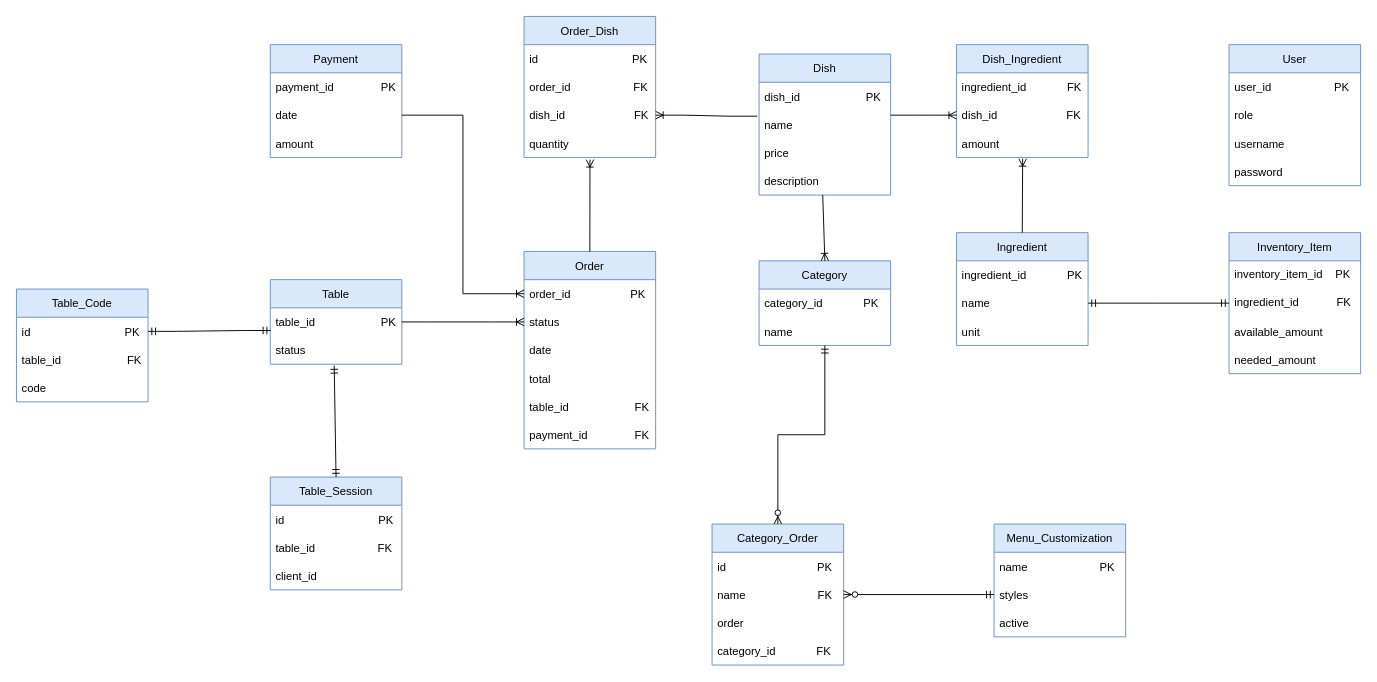
The draw.io diagram diagrams/ERD.drawio in jadhamwi31/quickq, before the edit. Source tidied: cells renumbered, new cells numbered last; positions are measured from the earlier drawing's top-left corner, leaving out a move shared by most shapes. Both pictures are drawn from the tidied source at 94%, with x=0, y=0 at pixel (16, 16).
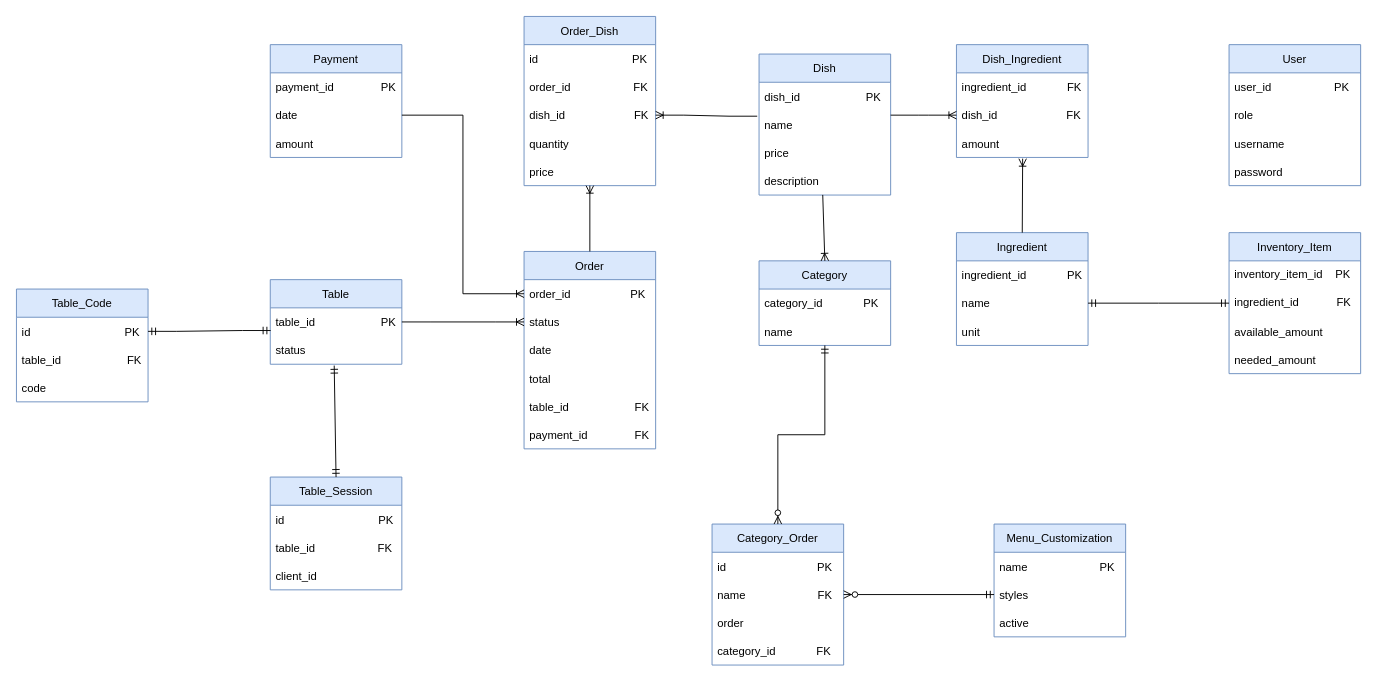
The same diagram, later.

The change refers to these unchanged cells:
```xml
<mxCell id="2" value="Order" style="swimlane;fontStyle=0;horizontal=1;startSize=30;fillColor=#dae8fc;strokeColor=#6c8ebf;" parent="1" vertex="1">
  <mxGeometry x="540" y="250" width="140" height="210" as="geometry" />
</mxCell>
<mxCell id="27" value="quantity" style="text;strokeColor=none;fillColor=none;align=left;verticalAlign=middle;spacingLeft=4;spacingRight=4;overflow=hidden;points=[[0,0.5],[1,0.5]];portConstraint=eastwest;" parent="23" vertex="1">
  <mxGeometry y="120" width="140" height="30" as="geometry" />
</mxCell>
```

The edit, as a diff of the source:
```diff
@@
     <mxCell id="23" value="Order_Dish" style="swimlane;fontStyle=0;horizontal=1;startSize=30;fillColor=#dae8fc;strokeColor=#6c8ebf;" parent="1" vertex="1">
-      <mxGeometry x="540" width="140" height="150" as="geometry" />
+      <mxGeometry x="540" width="140" height="180" as="geometry" />
     </mxCell>
@@
+    <mxCell id="76" value="price" style="text;strokeColor=none;fillColor=none;align=left;verticalAlign=middle;spacingLeft=4;spacingRight=4;overflow=hidden;" parent="23" vertex="1">
+      <mxGeometry y="150" width="140" height="30" as="geometry" />
+    </mxCell>
-    <mxCell id="28" style="fontSize=12;html=1;endArrow=ERoneToMany;rounded=0;exitX=0.5;exitY=0;exitDx=0;exitDy=0;entryX=0.501;entryY=1.075;entryDx=0;entryDy=0;entryPerimeter=0;" parent="1" edge="1" source="2" target="27">
-      <mxGeometry relative="1" as="geometry" />
+    <mxCell id="28" style="fontSize=12;html=1;endArrow=ERoneToMany;rounded=0;exitX=0.5;exitY=0;exitDx=0;exitDy=0;" parent="1" edge="1" source="2">
+      <mxGeometry relative="1" as="geometry">
+        <mxPoint x="610" y="180" as="targetPoint" />
+      </mxGeometry>
     </mxCell>
```
